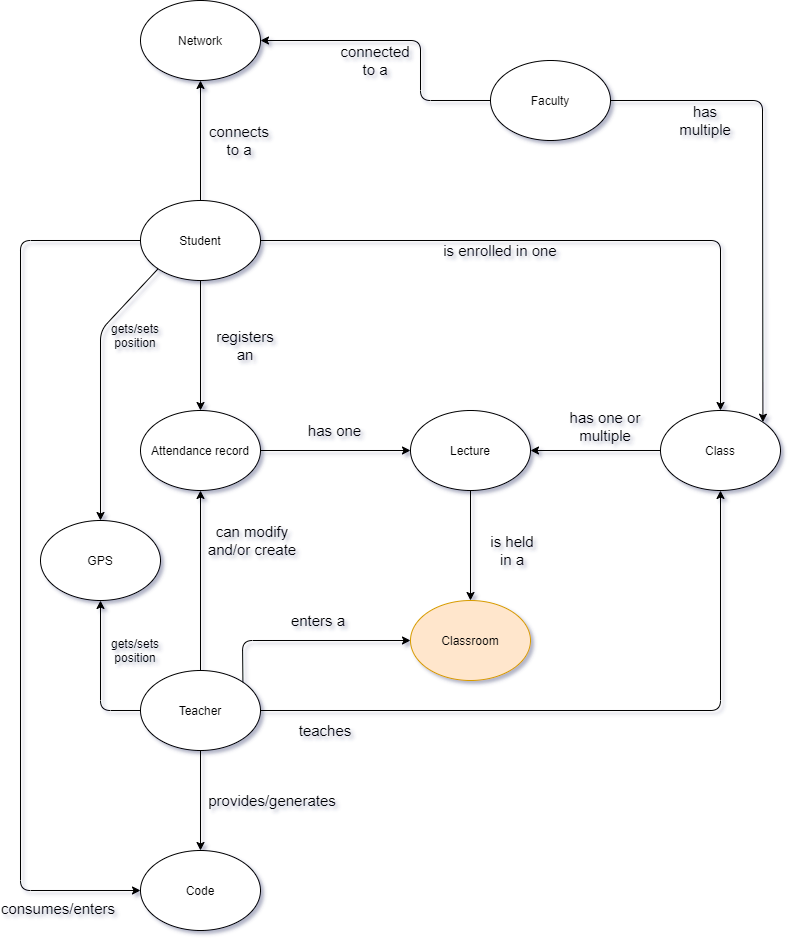
Before: design/Conceptual_Model.png, a diagram exported from draw.io (Jepp0103/DLS_DB_Mandatory_Assignment). Source tidied: cells renumbered, new cells last; positions are measured from the earlier drawing's top-left corner, leaving out a move shared by most shapes.
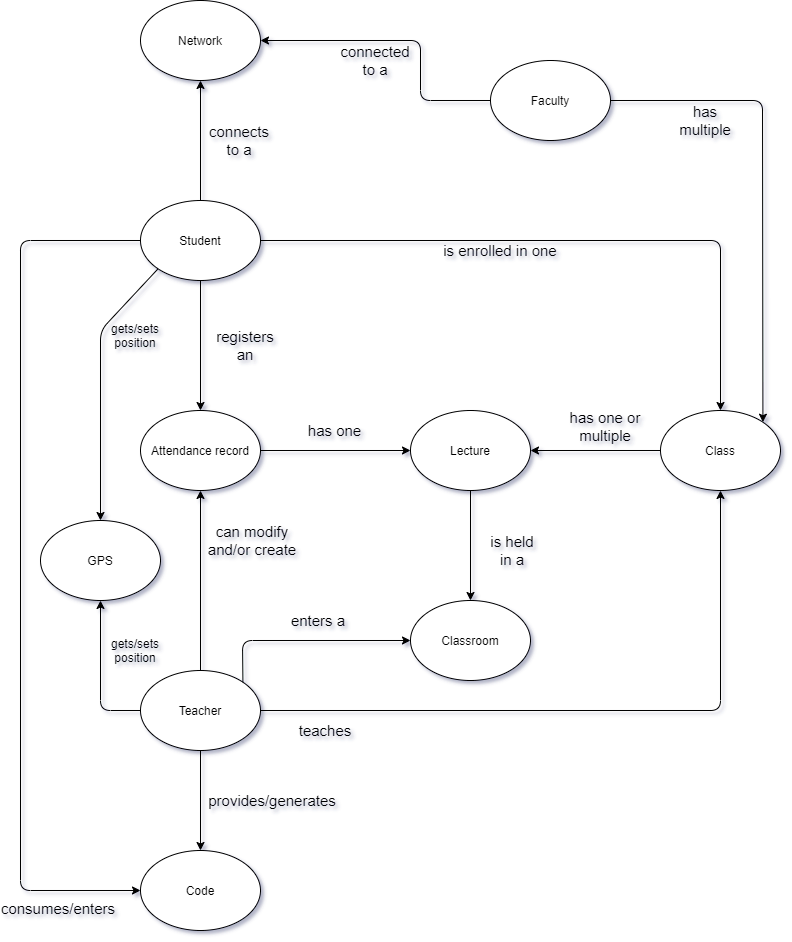
After the change.

Diff of the diagram source:
```diff
@@ -11,7 +11,7 @@
     <mxCell id="4" value="Student" style="ellipse;whiteSpace=wrap;html=1;" parent="1" vertex="1">
       <mxGeometry x="140" y="200" width="120" height="80" as="geometry" />
     </mxCell>
-    <mxCell id="5" value="Classroom" style="ellipse;whiteSpace=wrap;html=1;fillColor=#ffe6cc;strokeColor=#d79b00;" parent="1" vertex="1">
+    <mxCell id="5" value="Classroom" style="ellipse;whiteSpace=wrap;html=1;" parent="1" vertex="1">
       <mxGeometry x="410" y="600" width="120" height="80" as="geometry" />
     </mxCell>
     <mxCell id="6" value="Code" style="ellipse;whiteSpace=wrap;html=1;" parent="1" vertex="1">
```
